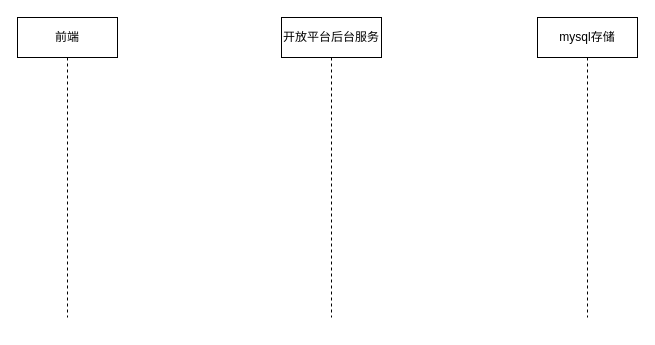
Above: 开放平台-开放文档需求.drawio in laowang-cloud/diagrams (draw.io), before the change. Source tidied: cells renumbered, new cells numbered last; positions are measured from the earlier drawing's top-left corner, leaving out a move shared by most shapes. Both pictures are drawn from the tidied source at 100%, with x=0, y=0 at pixel (17, 17).
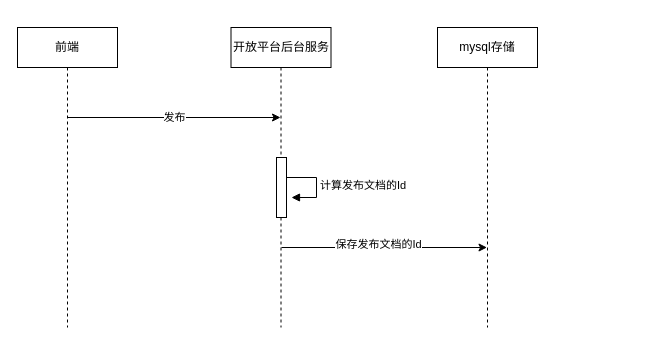
Above is the later version.

Commit message (it also covers changes not shown here):
更新开放平台-开放文档需求.drawio

The edit, as a diff of the source:
```diff
@@
 <mxGraphModel>
   <root>
     <mxCell id="0" />
     <mxCell id="1" parent="0" />
     <mxCell id="2" value="&lt;span&gt;开放平台后台服务&lt;/span&gt;" style="shape=umlLifeline;perimeter=lifelinePerimeter;whiteSpace=wrap;html=1;outlineConnect=0;" parent="1" vertex="1">
-      <mxGeometry x="264" width="100" height="300" as="geometry" />
+      <mxGeometry x="213.5" y="10" width="100" height="300" as="geometry" />
     </mxCell>
+    <mxCell id="5" style="html=1;perimeter=orthogonalPerimeter;" parent="2" vertex="1">
+      <mxGeometry x="45.5" y="130" width="10" height="60" as="geometry" />
+    </mxCell>
+    <mxCell id="6" value="计算发布文档的Id" style="edgeStyle=orthogonalEdgeStyle;html=1;align=left;spacingLeft=2;endArrow=block;rounded=0;entryX=1;entryY=0;" parent="2" edge="1">
+      <mxGeometry relative="1" as="geometry">
+        <mxPoint x="55.5" y="150" as="sourcePoint" />
+        <mxPoint x="60.5" y="170" as="targetPoint" />
+        <Array as="points">
+          <mxPoint x="85.5" y="150" />
+        </Array>
+      </mxGeometry>
+    </mxCell>
+    <mxCell id="7" style="endArrow=classic;html=1;" parent="2" edge="1" target="4">
+      <mxGeometry relative="1" as="geometry">
+        <mxPoint x="50.5" y="220" as="sourcePoint" />
+      </mxGeometry>
+    </mxCell>
+    <mxCell id="8" value="保存发布文档的Id" style="edgeLabel;html=1;align=center;verticalAlign=middle;" parent="7" vertex="1">
+      <mxGeometry x="-0.4" y="3" relative="1" as="geometry">
+        <mxPoint x="34" y="-1" as="offset" />
+      </mxGeometry>
+    </mxCell>
     <mxCell id="3" value="&lt;span&gt;前端&lt;/span&gt;" style="shape=umlLifeline;perimeter=lifelinePerimeter;whiteSpace=wrap;html=1;" parent="1" vertex="1">
-      <mxGeometry width="100" height="300" as="geometry" />
+      <mxGeometry y="10" width="100" height="300" as="geometry" />
     </mxCell>
+    <mxCell id="9" value="发布" style="endArrow=classic;html=1;" parent="3" edge="1" target="2">
+      <mxGeometry relative="1" as="geometry">
+        <mxPoint x="50" y="90" as="sourcePoint" />
+      </mxGeometry>
+    </mxCell>
     <mxCell id="4" value="mysql存储" style="shape=umlLifeline;perimeter=lifelinePerimeter;whiteSpace=wrap;html=1;outlineConnect=0;" parent="1" vertex="1">
-      <mxGeometry x="520" width="100" height="300" as="geometry" />
+      <mxGeometry x="420" y="10" width="100" height="300" as="geometry" />
     </mxCell>
   </root>
 </mxGraphModel>
```
